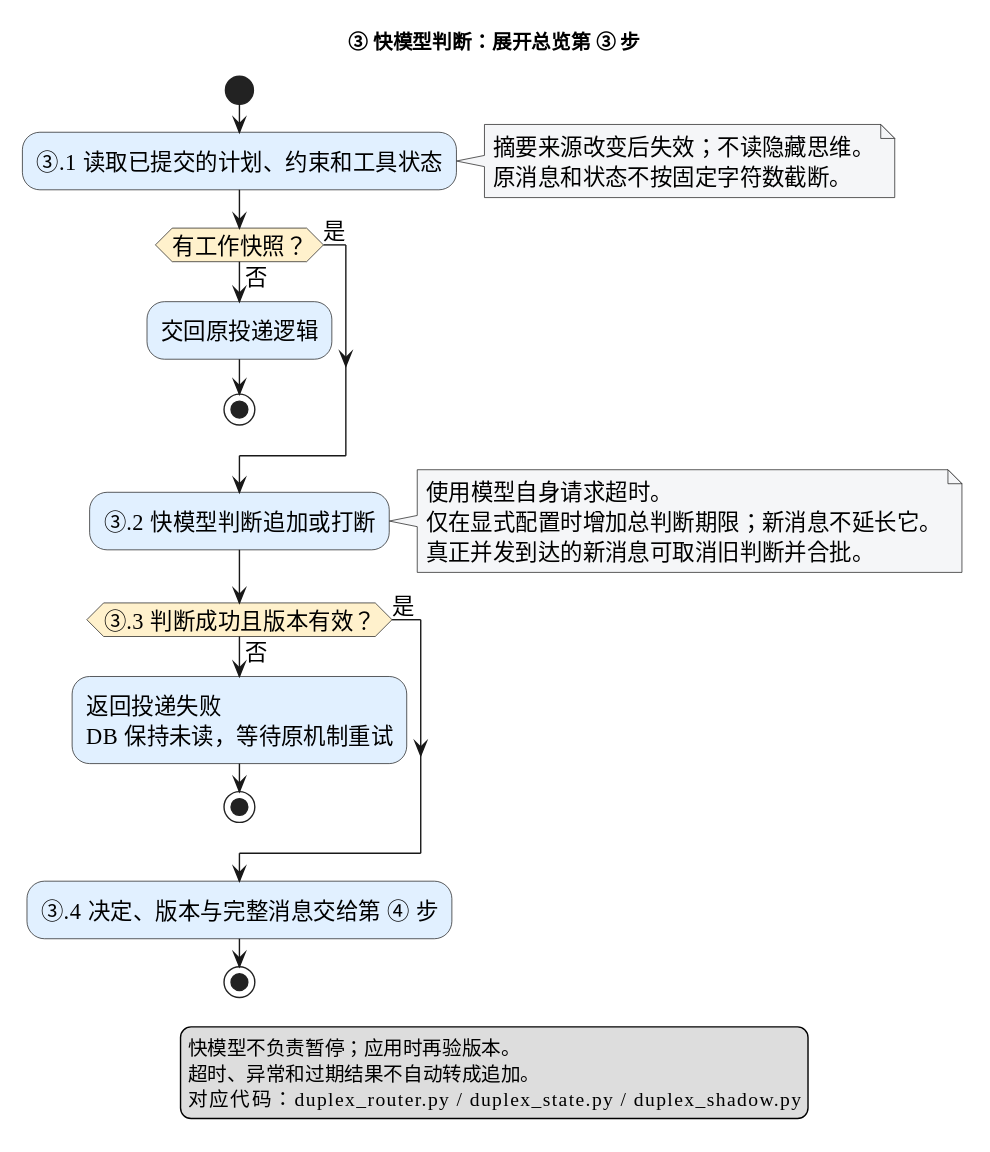
Above: docs/diagrams/duplex-detail-03-decision.svg in zuiho-kai/jiuwenswarm (PlantUML), before the change.
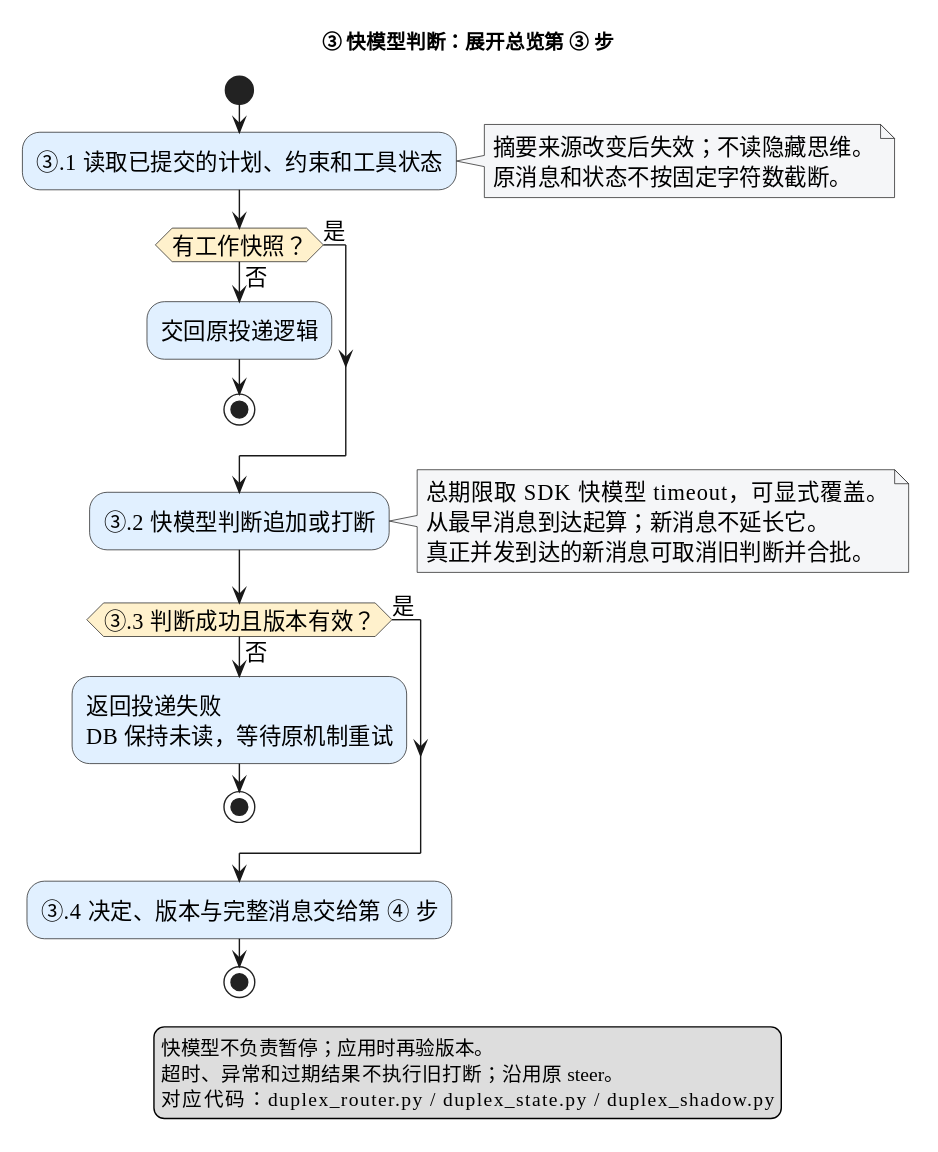
Later version of the same file.

Change to the diagram source:
```diff
@@ -19,8 +19,8 @@
 endif
 :③.2 快模型判断追加或打断;
 note right
-  使用模型自身请求超时。
-  仅在显式配置时增加总判断期限；新消息不延长它。
+  总期限取 SDK 快模型 timeout，可显式覆盖。
+  从最早消息到达起算；新消息不延长它。
   真正并发到达的新消息可取消旧判断并合批。
 end note
 if (③.3 判断成功且版本有效？) then (否)
@@ -33,7 +33,7 @@
 stop
 legend bottom
   快模型不负责暂停；应用时再验版本。
-  超时、异常和过期结果不自动转成追加。
+  超时、异常和过期结果不执行旧打断；沿用原 steer。
   对应代码：duplex_router.py / duplex_state.py / duplex_shadow.py
 endlegend
 @enduml
```
